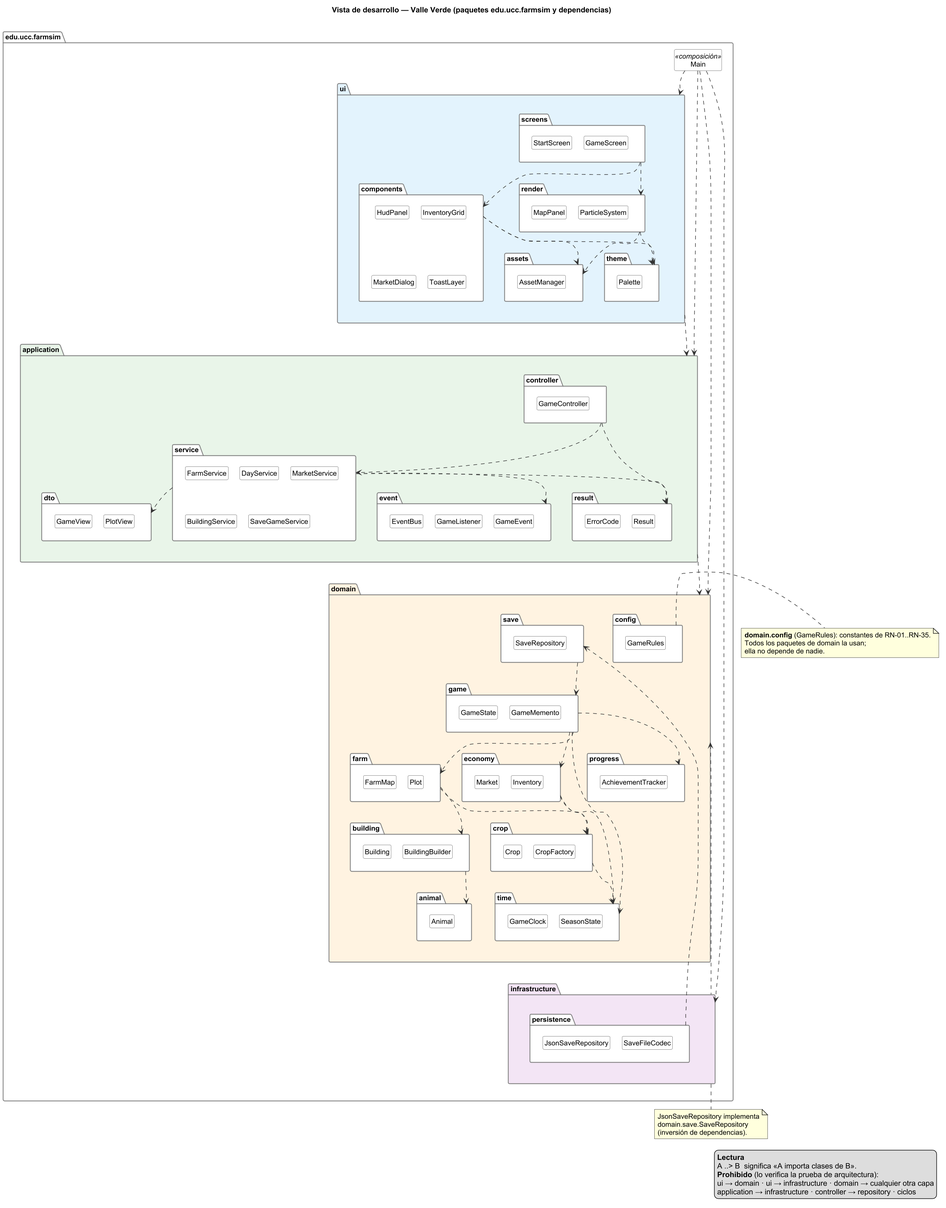
MarioZaMu/valle-verde keeps this PlantUML diagram as docs/diagramas/04_vista_desarrollo.png. Above is the earlier version.
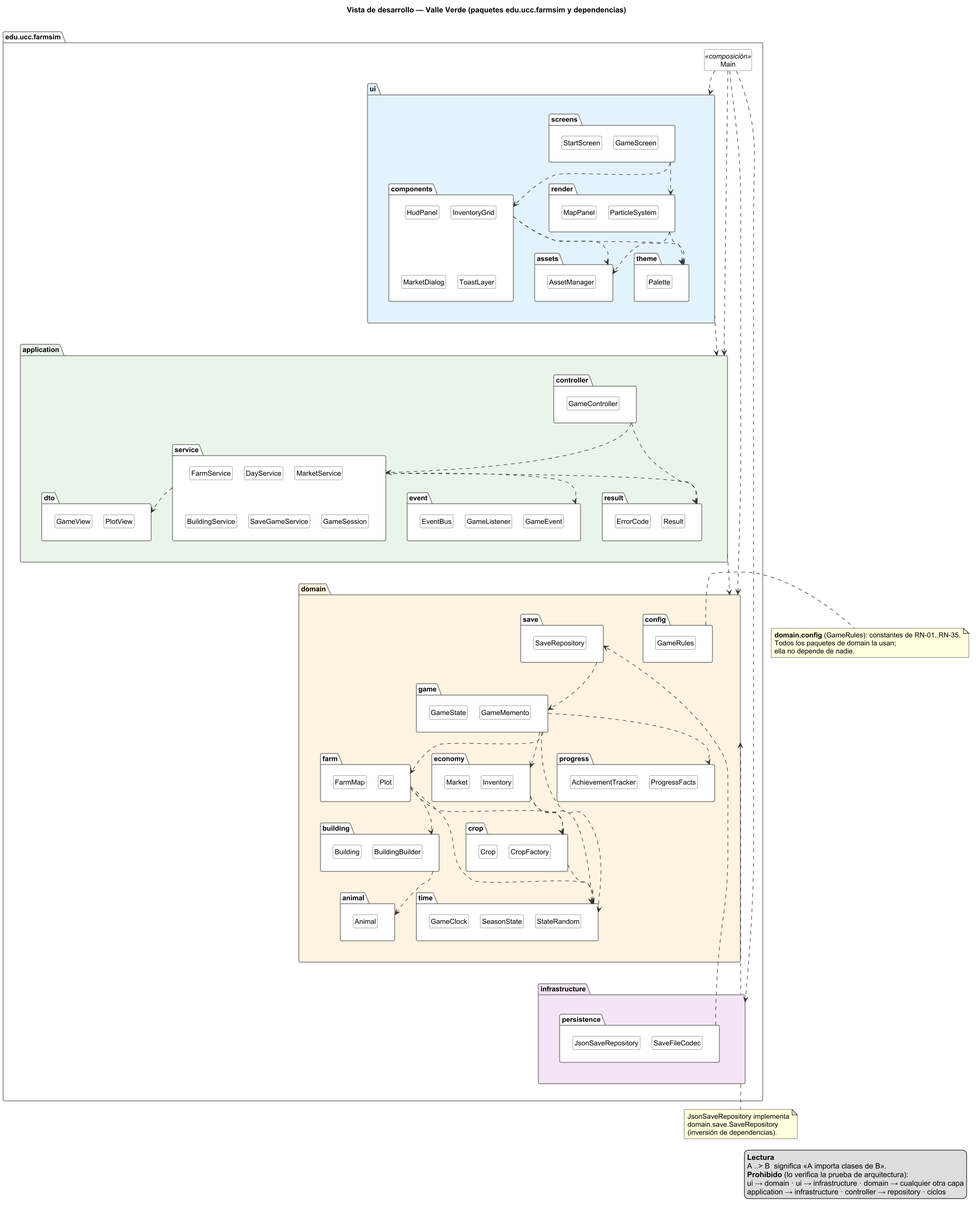
Above is the later version.

Commit message:
docs(diagrams): break game-progress cycle with ProgressFacts and add GameSession, StateRandom

What changed in the source:
```diff
@@ -60,6 +60,7 @@
       class MarketService
       class BuildingService
       class SaveGameService
+      class GameSession
     }
     package "event" as APP_EVT #FFFFFF {
       class EventBus
@@ -106,9 +107,11 @@
     package "time" as D_TIM #FFFFFF {
       class GameClock
       class SeasonState
+      class StateRandom
     }
     package "progress" as D_PRO #FFFFFF {
       class AchievementTracker
+      class ProgressFacts
     }
     package "config" as D_CFG #FFFFFF {
       class GameRules
@@ -162,6 +165,7 @@
 D_SAVE .down.> D_GAME
 D_FARM .down.> D_CROP
 D_FARM .down.> D_BLD
+D_FARM .down.> D_TIM
 D_BLD .down.> D_ANI
 D_CROP .down.> D_TIM
 D_ECO .down.> D_CROP
```
